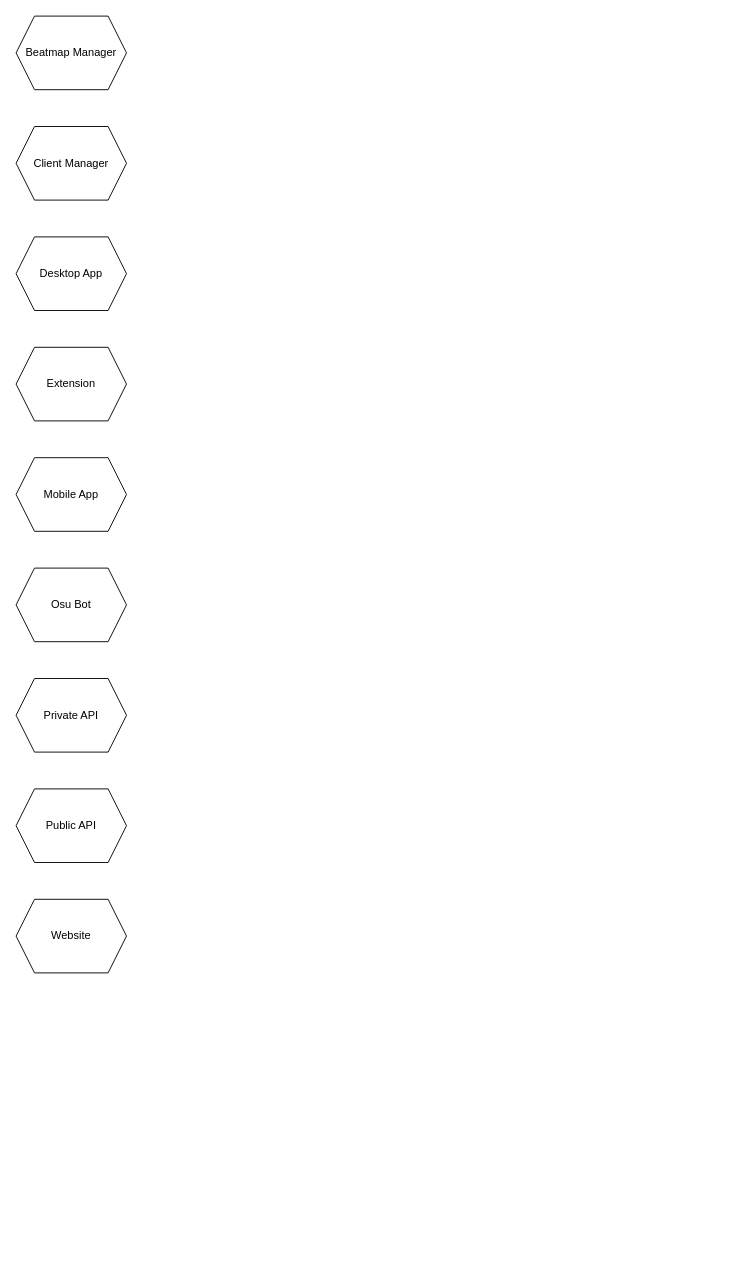
Above: page "user_manager" (10 of 11) of BellaFiora.drawio in BellaFiora/BellaFiora (draw.io), before the change. Source tidied: cells renumbered, new cells numbered last; positions are measured from the earlier drawing's top-left corner, leaving out a move shared by most shapes. Both pictures are drawn from the tidied source at 92%, with x=0, y=0 at pixel (16, 16).
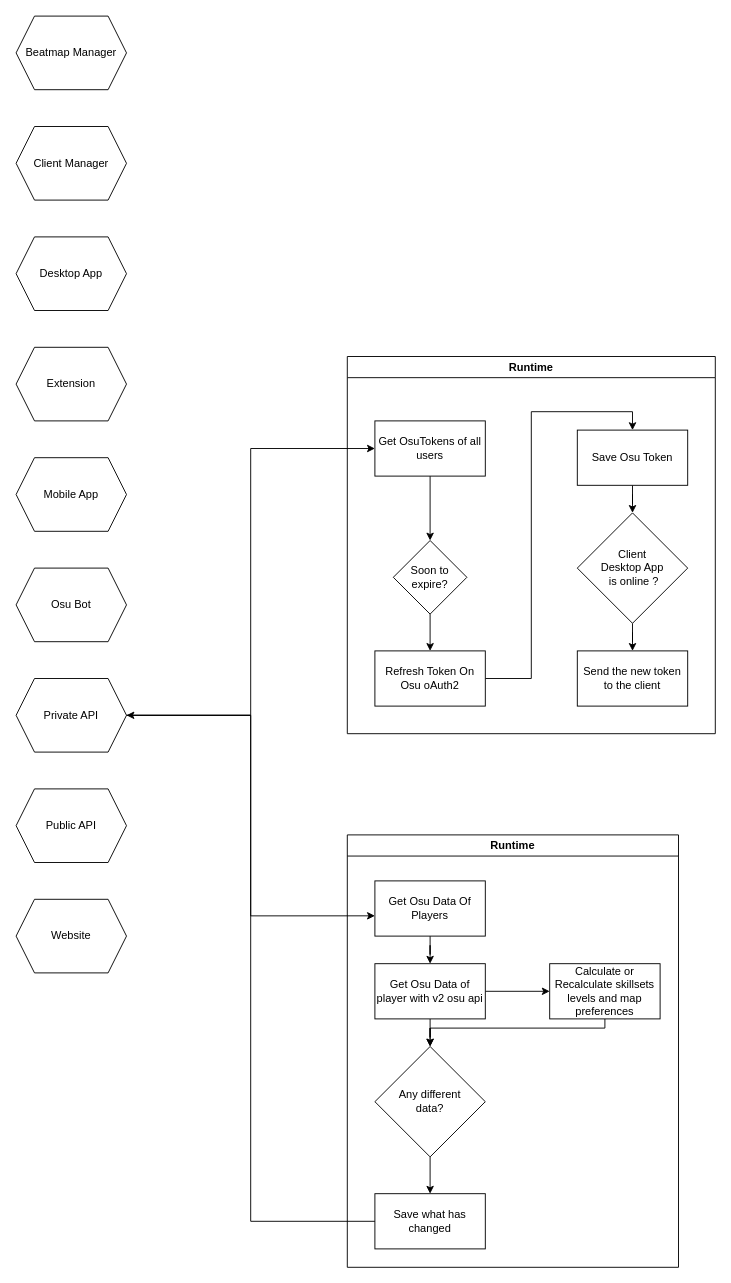
After the change.

Commit message (it also covers changes not shown here):
Add Client Manager Flow

The change refers to these unchanged cells:
```xml
<mxCell id="8" value="Private API" style="shape=hexagon;perimeter=hexagonPerimeter2;whiteSpace=wrap;html=1;fixedSize=1;" parent="1" vertex="1">
  <mxGeometry y="720" width="120" height="80" as="geometry" />
</mxCell>
```

Change to the diagram source:
```diff
@@
+    <mxCell id="11" style="edgeStyle=orthogonalEdgeStyle;rounded=0;jettySize=auto;html=1;entryX=0;entryY=0.5;entryDx=0;entryDy=0;" parent="1" edge="1" source="8" target="14">
+      <mxGeometry relative="1" as="geometry" />
+    </mxCell>
@@
+    <mxCell id="12" value="Runtime" style="swimlane;whiteSpace=wrap;html=1;" parent="1" vertex="1">
+      <mxGeometry x="360" y="370" width="400" height="410" as="geometry" />
+    </mxCell>
+    <mxCell id="13" style="edgeStyle=orthogonalEdgeStyle;rounded=0;jettySize=auto;html=1;" parent="12" edge="1" source="14" target="20">
+      <mxGeometry relative="1" as="geometry" />
+    </mxCell>
+    <mxCell id="14" value="Get OsuTokens of all users" style="rounded=0;whiteSpace=wrap;html=1;" parent="12" vertex="1">
+      <mxGeometry x="30" y="70" width="120" height="60" as="geometry" />
+    </mxCell>
+    <mxCell id="15" style="edgeStyle=orthogonalEdgeStyle;rounded=0;jettySize=auto;html=1;entryX=0.5;entryY=0;entryDx=0;entryDy=0;" parent="12" edge="1" source="16" target="18">
+      <mxGeometry relative="1" as="geometry" />
+    </mxCell>
+    <mxCell id="16" value="Refresh Token On Osu oAuth2" style="rounded=0;whiteSpace=wrap;html=1;" parent="12" vertex="1">
+      <mxGeometry x="30" y="320" width="120" height="60" as="geometry" />
+    </mxCell>
+    <mxCell id="17" style="edgeStyle=orthogonalEdgeStyle;rounded=0;jettySize=auto;html=1;entryX=0.5;entryY=0;entryDx=0;entryDy=0;" parent="12" edge="1" source="18" target="22">
+      <mxGeometry relative="1" as="geometry" />
+    </mxCell>
+    <mxCell id="18" value="Save Osu Token" style="rounded=0;whiteSpace=wrap;html=1;" parent="12" vertex="1">
+      <mxGeometry x="250" y="80" width="120" height="60" as="geometry" />
+    </mxCell>
+    <mxCell id="19" style="edgeStyle=orthogonalEdgeStyle;rounded=0;jettySize=auto;html=1;" parent="12" edge="1" source="20" target="16">
+      <mxGeometry relative="1" as="geometry" />
+    </mxCell>
+    <mxCell id="20" value="Soon to expire?" style="rhombus;whiteSpace=wrap;html=1;" parent="12" vertex="1">
+      <mxGeometry x="50" y="200" width="80" height="80" as="geometry" />
+    </mxCell>
+    <mxCell id="21" style="edgeStyle=orthogonalEdgeStyle;rounded=0;jettySize=auto;html=1;" parent="12" edge="1" source="22" target="23">
+      <mxGeometry relative="1" as="geometry" />
+    </mxCell>
+    <mxCell id="22" value="Client &lt;br&gt;Desktop App&lt;br&gt;&amp;nbsp;is online ?" style="rhombus;whiteSpace=wrap;html=1;" parent="12" vertex="1">
+      <mxGeometry x="250" y="170" width="120" height="120" as="geometry" />
+    </mxCell>
+    <mxCell id="23" value="Send the new token to the client" style="rounded=0;whiteSpace=wrap;html=1;" parent="12" vertex="1">
+      <mxGeometry x="250" y="320" width="120" height="60" as="geometry" />
+    </mxCell>
+    <mxCell id="24" value="Runtime" style="swimlane;whiteSpace=wrap;html=1;" parent="1" vertex="1">
+      <mxGeometry x="360" y="890" width="360" height="470" as="geometry" />
+    </mxCell>
+    <mxCell id="25" style="edgeStyle=orthogonalEdgeStyle;rounded=0;jettySize=auto;html=1;" parent="24" edge="1" source="26" target="29">
+      <mxGeometry relative="1" as="geometry" />
+    </mxCell>
+    <mxCell id="26" value="Get Osu Data Of Players" style="rounded=0;whiteSpace=wrap;html=1;" parent="24" vertex="1">
+      <mxGeometry x="30" y="50" width="120" height="60" as="geometry" />
+    </mxCell>
+    <mxCell id="27" style="edgeStyle=orthogonalEdgeStyle;rounded=0;jettySize=auto;html=1;" parent="24" edge="1" source="29" target="31">
+      <mxGeometry relative="1" as="geometry" />
+    </mxCell>
+    <mxCell id="28" style="edgeStyle=orthogonalEdgeStyle;rounded=0;jettySize=auto;html=1;entryX=0;entryY=0.5;entryDx=0;entryDy=0;" parent="24" edge="1" source="29" target="34">
+      <mxGeometry relative="1" as="geometry" />
+    </mxCell>
+    <mxCell id="29" value="Get Osu Data of player with v2 osu api" style="rounded=0;whiteSpace=wrap;html=1;" parent="24" vertex="1">
+      <mxGeometry x="30" y="140" width="120" height="60" as="geometry" />
+    </mxCell>
+    <mxCell id="30" style="edgeStyle=orthogonalEdgeStyle;rounded=0;jettySize=auto;html=1;" parent="24" edge="1" source="31" target="32">
+      <mxGeometry relative="1" as="geometry" />
+    </mxCell>
+    <mxCell id="31" value="Any different &lt;br&gt;data?" style="rhombus;whiteSpace=wrap;html=1;" parent="24" vertex="1">
+      <mxGeometry x="30" y="230" width="120" height="120" as="geometry" />
+    </mxCell>
+    <mxCell id="32" value="Save what has changed" style="rounded=0;whiteSpace=wrap;html=1;" parent="24" vertex="1">
+      <mxGeometry x="30" y="390" width="120" height="60" as="geometry" />
+    </mxCell>
+    <mxCell id="33" style="edgeStyle=orthogonalEdgeStyle;rounded=0;jettySize=auto;html=1;entryX=0.5;entryY=0;entryDx=0;entryDy=0;" parent="24" edge="1" source="34" target="31">
+      <mxGeometry relative="1" as="geometry">
+        <Array as="points">
+          <mxPoint x="280" y="210" />
+          <mxPoint x="90" y="210" />
+        </Array>
+      </mxGeometry>
+    </mxCell>
+    <mxCell id="34" value="Calculate or Recalculate skillsets levels and map preferences" style="rounded=0;whiteSpace=wrap;html=1;" parent="24" vertex="1">
+      <mxGeometry x="220" y="140" width="120" height="60" as="geometry" />
+    </mxCell>
+    <mxCell id="35" style="edgeStyle=orthogonalEdgeStyle;rounded=0;jettySize=auto;html=1;entryX=0;entryY=0.633;entryDx=0;entryDy=0;entryPerimeter=0;" parent="1" edge="1" source="8" target="26">
+      <mxGeometry relative="1" as="geometry" />
+    </mxCell>
+    <mxCell id="36" style="edgeStyle=orthogonalEdgeStyle;rounded=0;jettySize=auto;html=1;entryX=1;entryY=0.5;entryDx=0;entryDy=0;" parent="1" edge="1" source="32" target="8">
+      <mxGeometry relative="1" as="geometry" />
+    </mxCell>
```
